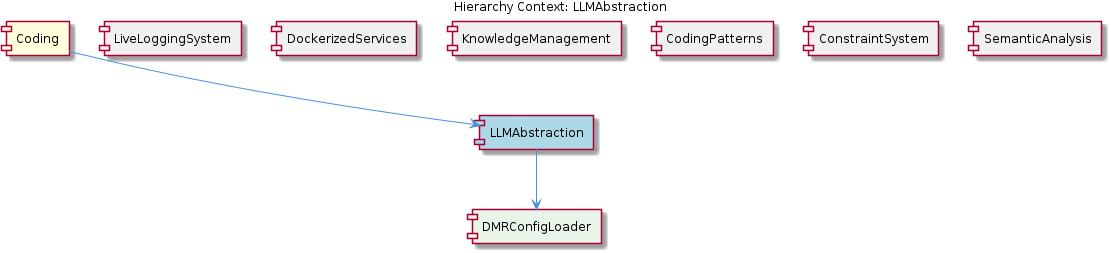
Earlier version of the PlantUML export knowledge-management/insights/images/llmabstraction-relationship.png (fwornle/coding). Its source is kept beside it as .data/knowledge-graph/insights/puml/llmabstraction-relationship.puml. Its diagram source:
```plantuml
@startuml
!include _standard-style.puml

title Hierarchy Context: LLMAbstraction

[Coding] as coding #FFFFDD
[LLMAbstraction] as llmabstraction #LightBlue
[LiveLoggingSystem] as live_logging_system #F0F0F0
[DockerizedServices] as dockerized_services #F0F0F0
[KnowledgeManagement] as knowledge_management #F0F0F0
[CodingPatterns] as coding_patterns #F0F0F0
[ConstraintSystem] as constraint_system #F0F0F0
[SemanticAnalysis] as semantic_analysis #F0F0F0
[DMRConfigLoader] as dmrconfig_loader #E8F5E8

coding --> llmabstraction
live_logging_system -[hidden]- llmabstraction
dockerized_services -[hidden]- llmabstraction
knowledge_management -[hidden]- llmabstraction
coding_patterns -[hidden]- llmabstraction
constraint_system -[hidden]- llmabstraction
semantic_analysis -[hidden]- llmabstraction
llmabstraction --> dmrconfig_loader

@enduml
```
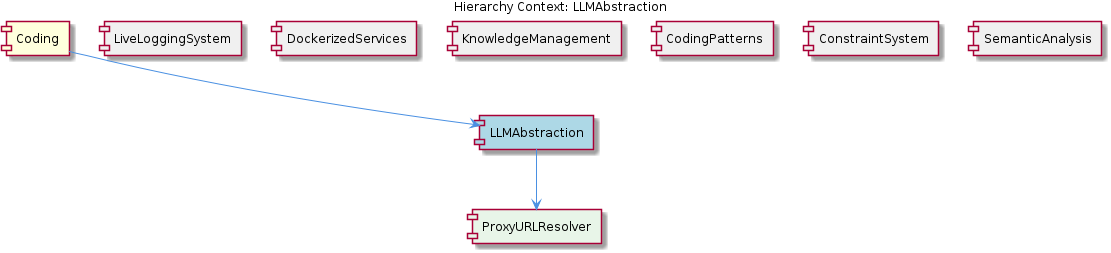
The same file after the commit.

Diff of the diagram source:
```diff
@@ -11,7 +11,7 @@
 [CodingPatterns] as coding_patterns #F0F0F0
 [ConstraintSystem] as constraint_system #F0F0F0
 [SemanticAnalysis] as semantic_analysis #F0F0F0
-[DMRConfigLoader] as dmrconfig_loader #E8F5E8
+[ProxyURLResolver] as proxy_urlresolver #E8F5E8
 
 coding --> llmabstraction
 live_logging_system -[hidden]- llmabstraction
@@ -20,6 +20,6 @@
 coding_patterns -[hidden]- llmabstraction
 constraint_system -[hidden]- llmabstraction
 semantic_analysis -[hidden]- llmabstraction
-llmabstraction --> dmrconfig_loader
+llmabstraction --> proxy_urlresolver
 
 @enduml
```
